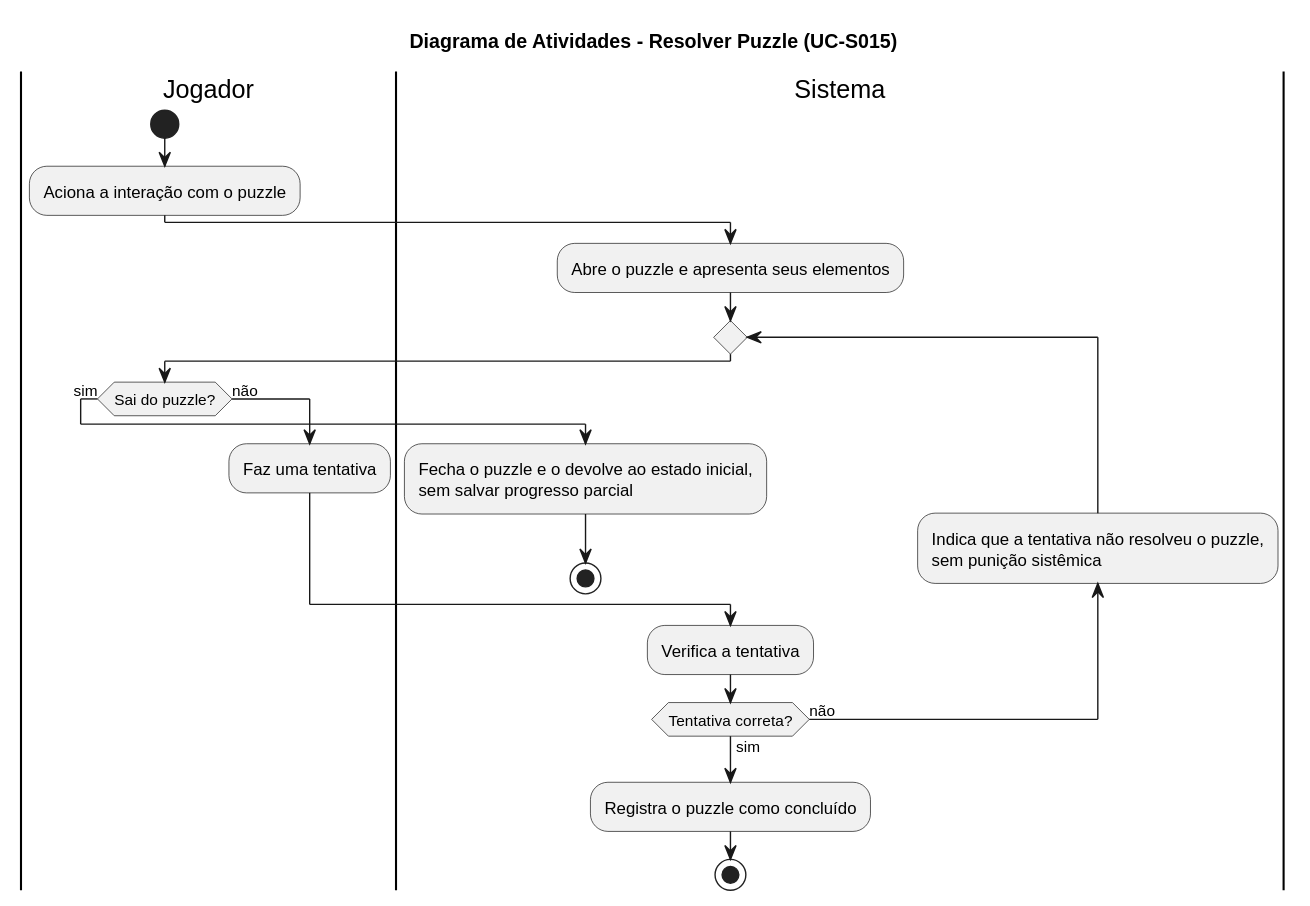
Earlier version of the PlantUML export docs/diagramas/atividades-resolver-puzzle.svg (omatheusfaria/Ani). The source it was exported from:
```plantuml
@startuml
title Diagrama de Atividades - Resolver Puzzle (UC-S015)

|Jogador|
start
:Aciona a interação com o puzzle;
|Sistema|
:Abre o puzzle e apresenta seus elementos;
repeat
  |Jogador|
  if (Sai do puzzle?) then (sim)
    |Sistema|
    :Fecha o puzzle e o devolve ao estado inicial,
    sem salvar progresso parcial;
    stop
  else (não)
    |Jogador|
    :Faz uma tentativa;
  endif
  |Sistema|
  :Verifica a tentativa;
  backward:Indica que a tentativa não resolveu o puzzle,
  sem punição sistêmica;
repeat while (Tentativa correta?) is (não) not (sim)
:Registra o puzzle como concluído;
stop
@enduml
```
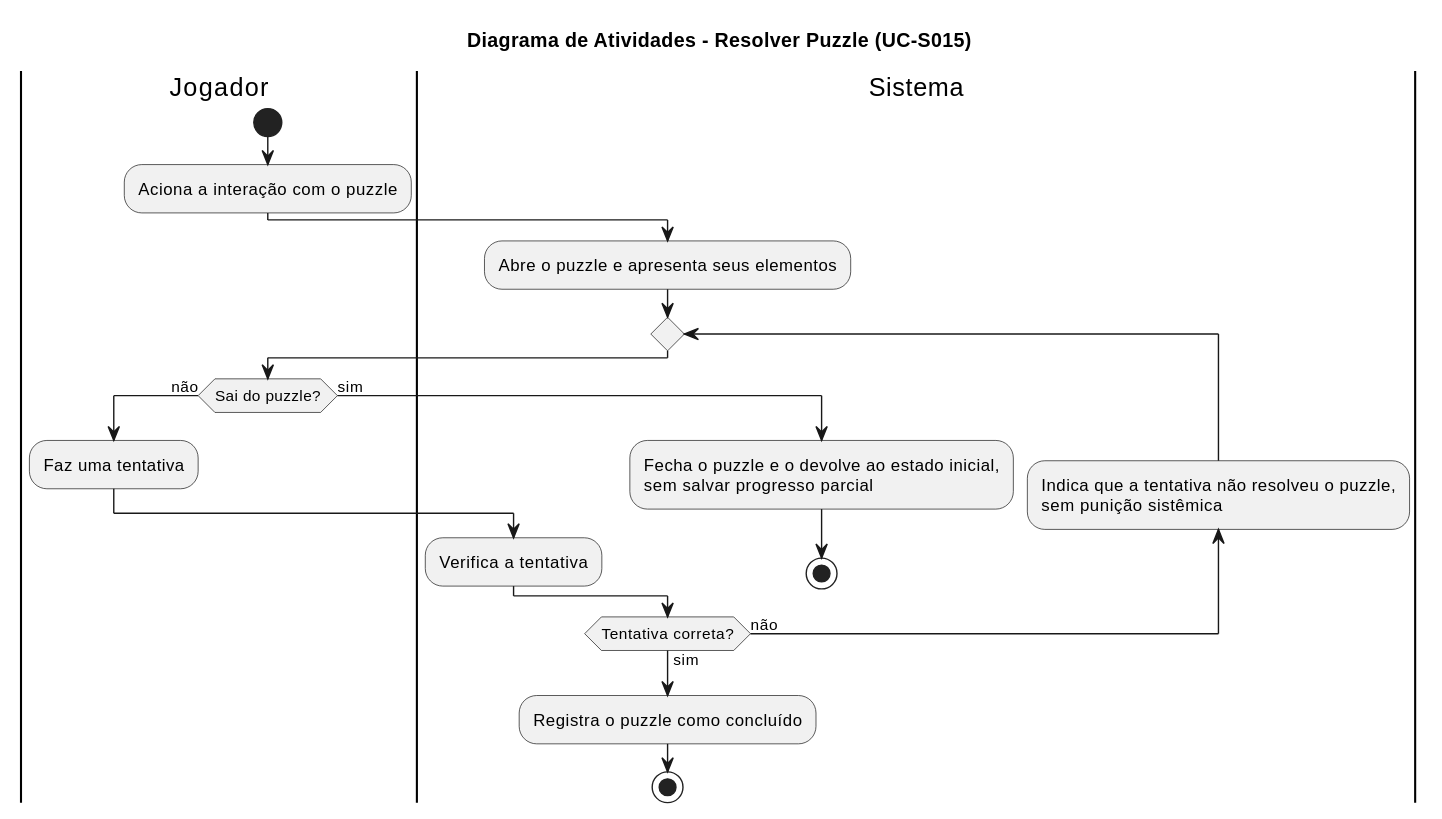
Above is the later version.

The edit, as a diff of the source:
```diff
@@ -8,17 +8,16 @@
 :Abre o puzzle e apresenta seus elementos;
 repeat
   |Jogador|
-  if (Sai do puzzle?) then (sim)
+  if (Sai do puzzle?) then (não)
+    :Faz uma tentativa;
+    |Sistema|
+    :Verifica a tentativa;
+  else (sim)
     |Sistema|
     :Fecha o puzzle e o devolve ao estado inicial,
     sem salvar progresso parcial;
     stop
-  else (não)
-    |Jogador|
-    :Faz uma tentativa;
   endif
-  |Sistema|
-  :Verifica a tentativa;
   backward:Indica que a tentativa não resolveu o puzzle,
   sem punição sistêmica;
 repeat while (Tentativa correta?) is (não) not (sim)
```
